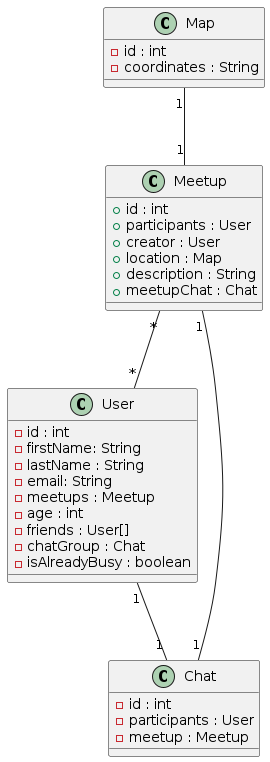
Above: images/diagram-classes.png in 2223-3bhif-syp/02-projekte-mopedmeetup (PlantUML), before the change.
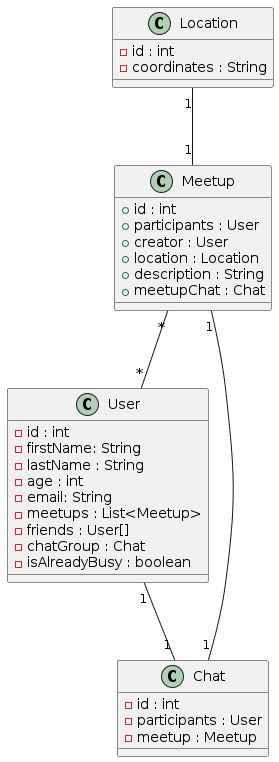
After the change.

Change to the diagram source:
```diff
@@ -3,9 +3,9 @@
     - id : int
     - firstName: String
     - lastName : String
+    - age : int
     - email: String
-    - meetups : Meetup
-    - age : int
+    - meetups : List<Meetup>
     - friends : User[]
     - chatGroup : Chat
     - isAlreadyBusy : boolean
@@ -14,12 +14,12 @@
     + id : int
     + participants : User
     + creator : User
-    + location : Map
+    + location : Location
     + description : String
     + meetupChat : Chat
 }
 
-class Map {
+class Location {
     - id : int
     - coordinates : String
 }
@@ -30,7 +30,7 @@
 }
 
 Meetup "*"--"*" User : ""
-Map "1"--"1" Meetup : ""
+Location "1"--"1" Meetup : ""
 Meetup "1"--"1" Chat : ""
 User "1"--"1" Chat : ""
 @enduml
```
